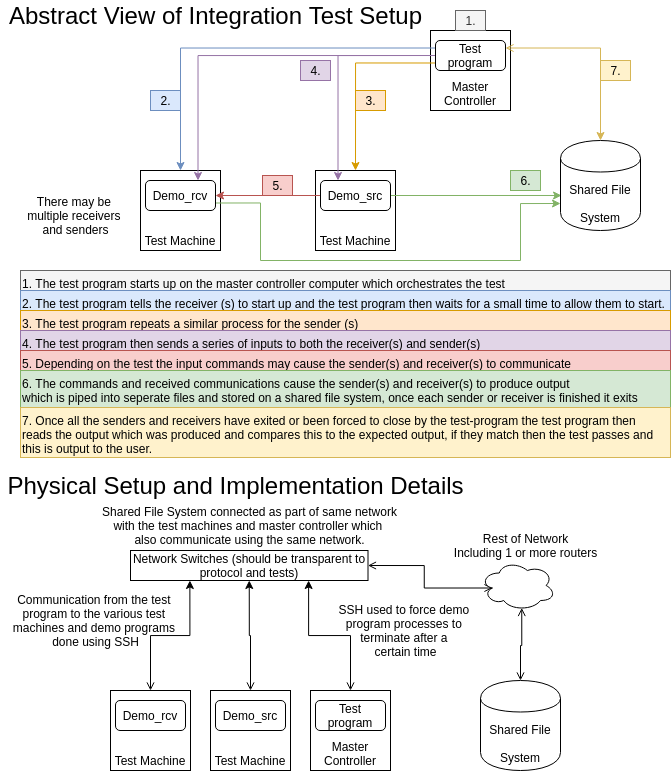
This is documentation/CS4099/Report/SH-Project-Intergration-Tests-Abstract-View.png from RustLight/sacn, a draw.io export, as it was before one commit. Source tidied: cells renumbered, new cells last; positions are measured from the earlier drawing's top-left corner, leaving out a move shared by most shapes.
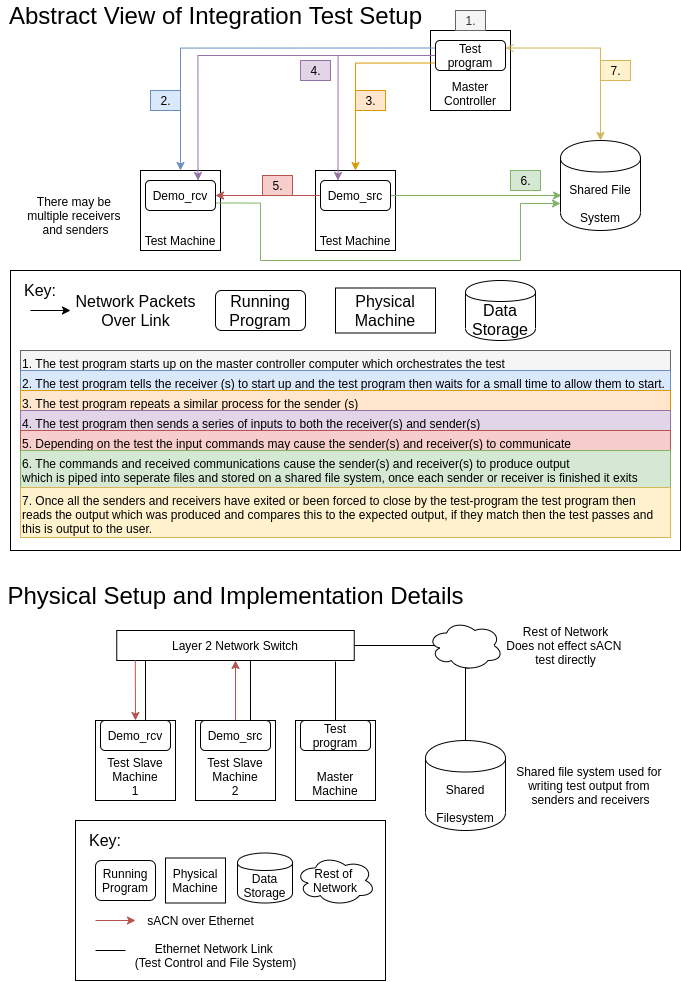
The same file after the commit.

Change to the diagram source:
```diff
@@ -4,7 +4,10 @@
     <mxCell id="1" parent="0" />
+    <mxCell id="52" style="rounded=0;whiteSpace=wrap;html=1;fontSize=16;" parent="1" vertex="1">
+      <mxGeometry x="10" y="120" width="670" height="280" as="geometry" />
+    </mxCell>
     <mxCell id="2" value="Test Machine" style="whiteSpace=wrap;html=1;verticalAlign=bottom;" parent="1" vertex="1">
-      <mxGeometry x="140" y="170" width="80" height="80" as="geometry" />
+      <mxGeometry x="140" y="20" width="80" height="80" as="geometry" />
     </mxCell>
     <mxCell id="3" value="Test Machine" style="whiteSpace=wrap;html=1;verticalAlign=bottom;" parent="1" vertex="1">
-      <mxGeometry x="315" y="170" width="80" height="80" as="geometry" />
+      <mxGeometry x="315" y="20" width="80" height="80" as="geometry" />
     </mxCell>
@@ -13,6 +16,6 @@
         <Array as="points">
-          <mxPoint x="260" y="203" />
-          <mxPoint x="260" y="260" />
-          <mxPoint x="520" y="260" />
-          <mxPoint x="520" y="203" />
+          <mxPoint x="260" y="53" />
+          <mxPoint x="260" y="110" />
+          <mxPoint x="520" y="110" />
+          <mxPoint x="520" y="53" />
         </Array>
@@ -21,3 +24,3 @@
     <mxCell id="5" value="Demo_rcv" style="rounded=1;whiteSpace=wrap;html=1;" parent="1" vertex="1">
-      <mxGeometry x="145" y="180" width="70" height="30" as="geometry" />
+      <mxGeometry x="145" y="30" width="70" height="30" as="geometry" />
     </mxCell>
@@ -30,6 +33,6 @@
     <mxCell id="8" value="Demo_src" style="rounded=1;whiteSpace=wrap;html=1;" parent="1" vertex="1">
-      <mxGeometry x="320" y="180" width="70" height="30" as="geometry" />
+      <mxGeometry x="320" y="30" width="70" height="30" as="geometry" />
     </mxCell>
     <mxCell id="9" value="Master Controller" style="whiteSpace=wrap;html=1;verticalAlign=bottom;" parent="1" vertex="1">
-      <mxGeometry x="430" y="30" width="80" height="80" as="geometry" />
+      <mxGeometry x="430" y="-120" width="80" height="80" as="geometry" />
     </mxCell>
@@ -40,3 +43,3 @@
       <mxGeometry relative="1" as="geometry">
-        <mxPoint x="180" y="170" as="targetPoint" />
+        <mxPoint x="180" y="20" as="targetPoint" />
       </mxGeometry>
@@ -53,112 +56,181 @@
     <mxCell id="15" value="Test program" style="rounded=1;whiteSpace=wrap;html=1;" parent="1" vertex="1">
-      <mxGeometry x="435" y="40" width="70" height="30" as="geometry" />
+      <mxGeometry x="435" y="-110" width="70" height="30" as="geometry" />
     </mxCell>
     <mxCell id="16" value="Abstract View of Integration Test Setup" style="text;html=1;align=center;verticalAlign=middle;fontSize=24;" parent="1" vertex="1">
-      <mxGeometry width="430" height="30" as="geometry" />
+      <mxGeometry y="-150" width="430" height="30" as="geometry" />
     </mxCell>
     <mxCell id="17" value="&lt;font style=&quot;font-size: 12px&quot;&gt;Shared File System&lt;/font&gt;" style="shape=cylinder;whiteSpace=wrap;html=1;boundedLbl=1;backgroundOutline=1;fontSize=24;" parent="1" vertex="1">
-      <mxGeometry x="560" y="140" width="80" height="90" as="geometry" />
+      <mxGeometry x="560" y="-10" width="80" height="90" as="geometry" />
     </mxCell>
     <mxCell id="18" value="1. The test program starts up on the master controller computer which orchestrates the test&lt;br&gt;" style="text;html=1;align=left;verticalAlign=top;fontSize=12;fillColor=#f5f5f5;strokeColor=#666666;fontColor=#000000;" parent="1" vertex="1">
-      <mxGeometry x="20" y="270" width="650" height="20" as="geometry" />
+      <mxGeometry x="20" y="200" width="650" height="20" as="geometry" />
     </mxCell>
     <mxCell id="19" value="1." style="text;html=1;align=center;verticalAlign=middle;fontSize=12;fillColor=#f5f5f5;strokeColor=#666666;fontColor=#333333;" parent="1" vertex="1">
-      <mxGeometry x="455" y="10" width="30" height="20" as="geometry" />
+      <mxGeometry x="455" y="-140" width="30" height="20" as="geometry" />
     </mxCell>
     <mxCell id="20" value="2." style="text;html=1;align=center;verticalAlign=middle;fontSize=12;fillColor=#dae8fc;strokeColor=#6c8ebf;" parent="1" vertex="1">
-      <mxGeometry x="150" y="90" width="30" height="20" as="geometry" />
+      <mxGeometry x="150" y="-60" width="30" height="20" as="geometry" />
     </mxCell>
     <mxCell id="21" value="3." style="text;html=1;align=center;verticalAlign=middle;fontSize=12;fillColor=#ffe6cc;strokeColor=#d79b00;" parent="1" vertex="1">
-      <mxGeometry x="355" y="90" width="30" height="20" as="geometry" />
+      <mxGeometry x="355" y="-60" width="30" height="20" as="geometry" />
     </mxCell>
     <mxCell id="22" value="&lt;span&gt;2. The test program tells the receiver (s) to start up and the test program then waits for a small time to allow them to start.&lt;/span&gt;&lt;br&gt;" style="text;html=1;align=left;verticalAlign=top;fontSize=12;fillColor=#dae8fc;strokeColor=#6c8ebf;" parent="1" vertex="1">
-      <mxGeometry x="20" y="290" width="650" height="20" as="geometry" />
+      <mxGeometry x="20" y="220" width="650" height="20" as="geometry" />
     </mxCell>
     <mxCell id="23" value="&lt;span style=&quot;&quot;&gt;3. The test program repeats a similar process for the sender (s)&lt;/span&gt;" style="text;html=1;align=left;verticalAlign=top;fontSize=12;fillColor=#ffe6cc;strokeColor=#d79b00;" parent="1" vertex="1">
-      <mxGeometry x="20" y="310" width="650" height="20" as="geometry" />
+      <mxGeometry x="20" y="240" width="650" height="20" as="geometry" />
     </mxCell>
     <mxCell id="24" value="&lt;span&gt;4. The test program then sends a series of inputs to both the receiver(s)&amp;nbsp;and sender(s)&lt;/span&gt;" style="text;html=1;align=left;verticalAlign=top;fontSize=12;fillColor=#e1d5e7;strokeColor=#9673a6;" parent="1" vertex="1">
-      <mxGeometry x="20" y="330" width="650" height="20" as="geometry" />
+      <mxGeometry x="20" y="260" width="650" height="20" as="geometry" />
     </mxCell>
     <mxCell id="25" value="4." style="text;html=1;align=center;verticalAlign=middle;fontSize=12;fillColor=#e1d5e7;strokeColor=#9673a6;" parent="1" vertex="1">
-      <mxGeometry x="300" y="60" width="30" height="20" as="geometry" />
+      <mxGeometry x="300" y="-90" width="30" height="20" as="geometry" />
     </mxCell>
     <mxCell id="26" value="5." style="text;html=1;align=center;verticalAlign=middle;fontSize=12;fillColor=#f8cecc;strokeColor=#b85450;" parent="1" vertex="1">
-      <mxGeometry x="262" y="175" width="30" height="20" as="geometry" />
+      <mxGeometry x="262" y="25" width="30" height="20" as="geometry" />
     </mxCell>
     <mxCell id="27" value="&lt;span&gt;5. Depending on the test the input commands may cause the sender(s) and receiver(s) to communicate&lt;br&gt;&lt;/span&gt;" style="text;html=1;align=left;verticalAlign=top;fontSize=12;fillColor=#f8cecc;strokeColor=#b85450;" parent="1" vertex="1">
-      <mxGeometry x="20" y="350" width="650" height="20" as="geometry" />
+      <mxGeometry x="20" y="280" width="650" height="20" as="geometry" />
     </mxCell>
     <mxCell id="28" value="&lt;span&gt;6. The commands and received communications cause the sender(s) and receiver(s) to produce output &lt;br&gt;which is piped into seperate files and stored on a shared file system, once each sender or receiver is finished it exits&lt;br&gt;&lt;br&gt;&lt;/span&gt;" style="text;html=1;align=left;verticalAlign=top;fontSize=12;fillColor=#d5e8d4;strokeColor=#82b366;" parent="1" vertex="1">
-      <mxGeometry x="20" y="370" width="650" height="37" as="geometry" />
+      <mxGeometry x="20" y="300" width="650" height="37" as="geometry" />
     </mxCell>
     <mxCell id="29" value="6." style="text;html=1;align=center;verticalAlign=middle;fontSize=12;fillColor=#d5e8d4;strokeColor=#82b366;" parent="1" vertex="1">
-      <mxGeometry x="510" y="170" width="30" height="20" as="geometry" />
+      <mxGeometry x="510" y="20" width="30" height="20" as="geometry" />
     </mxCell>
     <mxCell id="30" value="&lt;span&gt;7. Once all the senders and receivers have exited or been forced to close by the test-program the test program then&lt;br&gt;reads the output which was produced and compares this to the expected output, if they match then the test passes and &lt;br&gt;this is output to the user.&lt;br&gt;&lt;/span&gt;" style="text;html=1;align=left;verticalAlign=top;fontSize=12;fillColor=#fff2cc;strokeColor=#d6b656;" parent="1" vertex="1">
-      <mxGeometry x="20" y="407" width="650" height="50" as="geometry" />
+      <mxGeometry x="20" y="337" width="650" height="50" as="geometry" />
     </mxCell>
     <mxCell id="31" value="7." style="text;html=1;align=center;verticalAlign=middle;fontSize=12;fillColor=#fff2cc;strokeColor=#d6b656;" parent="1" vertex="1">
-      <mxGeometry x="600" y="60" width="30" height="20" as="geometry" />
+      <mxGeometry x="600" y="-90" width="30" height="20" as="geometry" />
     </mxCell>
     <mxCell id="32" value="Physical Setup and Implementation Details" style="text;html=1;align=center;verticalAlign=middle;fontSize=24;" parent="1" vertex="1">
-      <mxGeometry y="470" width="470" height="30" as="geometry" />
+      <mxGeometry y="430" width="470" height="30" as="geometry" />
     </mxCell>
-    <mxCell id="33" style="edgeStyle=orthogonalEdgeStyle;rounded=0;jettySize=auto;html=1;exitX=0.5;exitY=0;exitDx=0;exitDy=0;entryX=0.25;entryY=1;entryDx=0;entryDy=0;startArrow=open;startFill=0;fontSize=12;fontColor=#000000;" parent="1" edge="1" source="34" target="45">
-      <mxGeometry relative="1" as="geometry" />
-    </mxCell>
-    <mxCell id="34" value="Test Machine" style="whiteSpace=wrap;html=1;verticalAlign=bottom;" parent="1" vertex="1">
-      <mxGeometry x="110" y="690" width="80" height="80" as="geometry" />
+    <mxCell id="34" value="Test Slave Machine&lt;br&gt;1" style="whiteSpace=wrap;html=1;verticalAlign=bottom;" parent="1" vertex="1">
+      <mxGeometry x="95" y="570" width="80" height="80" as="geometry" />
     </mxCell>
-    <mxCell id="35" style="edgeStyle=orthogonalEdgeStyle;rounded=0;jettySize=auto;html=1;exitX=0.5;exitY=0;exitDx=0;exitDy=0;entryX=0.5;entryY=1;entryDx=0;entryDy=0;startArrow=open;startFill=0;fontSize=12;fontColor=#000000;" parent="1" edge="1" source="36" target="45">
-      <mxGeometry relative="1" as="geometry" />
-    </mxCell>
-    <mxCell id="36" value="Test Machine" style="whiteSpace=wrap;html=1;verticalAlign=bottom;" parent="1" vertex="1">
-      <mxGeometry x="210" y="690" width="80" height="80" as="geometry" />
+    <mxCell id="36" value="Test Slave Machine&lt;br&gt;2" style="whiteSpace=wrap;html=1;verticalAlign=bottom;" parent="1" vertex="1">
+      <mxGeometry x="195" y="570" width="80" height="80" as="geometry" />
     </mxCell>
     <mxCell id="37" value="Demo_rcv" style="rounded=1;whiteSpace=wrap;html=1;" parent="1" vertex="1">
-      <mxGeometry x="115" y="700" width="70" height="30" as="geometry" />
+      <mxGeometry x="100" y="570" width="70" height="30" as="geometry" />
     </mxCell>
+    <mxCell id="53" style="edgeStyle=orthogonalEdgeStyle;rounded=0;jettySize=auto;html=1;exitX=0.5;exitY=0;exitDx=0;exitDy=0;entryX=0.5;entryY=1;entryDx=0;entryDy=0;fontSize=16;fillColor=#f8cecc;strokeColor=#b85450;" parent="1" edge="1" source="38" target="45">
+      <mxGeometry relative="1" as="geometry" />
+    </mxCell>
     <mxCell id="38" value="Demo_src" style="rounded=1;whiteSpace=wrap;html=1;" parent="1" vertex="1">
-      <mxGeometry x="215" y="700" width="70" height="30" as="geometry" />
+      <mxGeometry x="200" y="570" width="70" height="30" as="geometry" />
     </mxCell>
-    <mxCell id="39" style="edgeStyle=orthogonalEdgeStyle;rounded=0;jettySize=auto;html=1;exitX=0.5;exitY=0;exitDx=0;exitDy=0;entryX=0.75;entryY=1;entryDx=0;entryDy=0;startArrow=open;startFill=0;fontSize=12;fontColor=#000000;" parent="1" edge="1" source="40" target="45">
-      <mxGeometry relative="1" as="geometry" />
-    </mxCell>
-    <mxCell id="40" value="Master Controller" style="whiteSpace=wrap;html=1;verticalAlign=bottom;" parent="1" vertex="1">
-      <mxGeometry x="310" y="690" width="80" height="80" as="geometry" />
+    <mxCell id="40" value="Master Machine&lt;br&gt;" style="whiteSpace=wrap;html=1;verticalAlign=bottom;" parent="1" vertex="1">
+      <mxGeometry x="295" y="570" width="80" height="80" as="geometry" />
     </mxCell>
+    <mxCell id="54" style="edgeStyle=orthogonalEdgeStyle;rounded=0;jettySize=auto;html=1;exitX=0.5;exitY=0;exitDx=0;exitDy=0;entryX=0.921;entryY=1.033;entryDx=0;entryDy=0;entryPerimeter=0;fontSize=16;endArrow=none;endFill=0;" parent="1" edge="1" source="41" target="45">
+      <mxGeometry relative="1" as="geometry" />
+    </mxCell>
     <mxCell id="41" value="Test program" style="rounded=1;whiteSpace=wrap;html=1;" parent="1" vertex="1">
-      <mxGeometry x="315" y="700" width="70" height="30" as="geometry" />
+      <mxGeometry x="300" y="570" width="70" height="30" as="geometry" />
     </mxCell>
-    <mxCell id="42" value="&lt;font style=&quot;font-size: 12px&quot;&gt;Shared File System&lt;/font&gt;" style="shape=cylinder;whiteSpace=wrap;html=1;boundedLbl=1;backgroundOutline=1;fontSize=24;" parent="1" vertex="1">
-      <mxGeometry x="480" y="680" width="80" height="90" as="geometry" />
+    <mxCell id="42" value="&lt;span style=&quot;font-size: 12px&quot;&gt;Shared Filesystem&lt;/span&gt;" style="shape=cylinder;whiteSpace=wrap;html=1;boundedLbl=1;backgroundOutline=1;fontSize=24;" parent="1" vertex="1">
+      <mxGeometry x="425" y="590" width="80" height="90" as="geometry" />
     </mxCell>
     <mxCell id="43" value="There may be &lt;br&gt;multiple receivers &lt;br&gt;and senders" style="text;html=1;align=center;verticalAlign=middle;fontSize=12;fontColor=#000000;" parent="1" vertex="1">
-      <mxGeometry x="20" y="190" width="110" height="50" as="geometry" />
+      <mxGeometry x="20" y="40" width="110" height="50" as="geometry" />
     </mxCell>
-    <mxCell id="44" style="edgeStyle=orthogonalEdgeStyle;rounded=0;jettySize=auto;html=1;exitX=1;exitY=0.5;exitDx=0;exitDy=0;entryX=0.16;entryY=0.55;entryDx=0;entryDy=0;entryPerimeter=0;startArrow=open;startFill=0;fontSize=12;fontColor=#000000;endArrow=open;endFill=0;" parent="1" edge="1" source="45" target="50">
-      <mxGeometry relative="1" as="geometry" />
+    <mxCell id="44" style="edgeStyle=orthogonalEdgeStyle;rounded=0;jettySize=auto;html=1;exitX=1;exitY=0.5;exitDx=0;exitDy=0;entryX=0.07;entryY=0.4;entryDx=0;entryDy=0;entryPerimeter=0;endArrow=none;endFill=0;fontSize=12;" parent="1" edge="1" source="45" target="50">
+      <mxGeometry relative="1" as="geometry">
+        <Array as="points">
+          <mxPoint x="480" y="495" />
+          <mxPoint x="480" y="490" />
+        </Array>
+      </mxGeometry>
     </mxCell>
-    <mxCell id="45" value="Network Switches (should be transparent to protocol and tests)" style="rounded=0;whiteSpace=wrap;html=1;fontSize=12;fontColor=#000000;align=center;" parent="1" vertex="1">
-      <mxGeometry x="130" y="550" width="237.5" height="30" as="geometry" />
+    <mxCell id="45" value="Layer 2 Network Switch" style="rounded=0;whiteSpace=wrap;html=1;fontSize=12;fontColor=#000000;align=center;" parent="1" vertex="1">
+      <mxGeometry x="116.2" y="480" width="237.5" height="30" as="geometry" />
     </mxCell>
-    <mxCell id="46" value="Communication from the test &lt;br&gt;program to the various test &lt;br&gt;machines and demo&amp;nbsp;programs &lt;br&gt;done using SSH" style="text;html=1;align=center;verticalAlign=middle;fontSize=12;fontColor=#000000;" parent="1" vertex="1">
-      <mxGeometry x="5" y="590" width="180" height="60" as="geometry" />
-    </mxCell>
-    <mxCell id="47" value="Shared File System connected as part of same network&lt;br&gt;with the test machines and master controller which &lt;br&gt;also communicate using the same network." style="text;html=1;align=center;verticalAlign=middle;fontSize=12;fontColor=#000000;" parent="1" vertex="1">
-      <mxGeometry x="93.8" y="500" width="310" height="50" as="geometry" />
+    <mxCell id="47" value="Shared file system used for &lt;br&gt;writing test output from &lt;br&gt;senders and receivers" style="text;html=1;align=center;verticalAlign=middle;fontSize=12;fontColor=#000000;" parent="1" vertex="1">
+      <mxGeometry x="510" y="610" width="160" height="50" as="geometry" />
     </mxCell>
-    <mxCell id="48" value="SSH used to force demo &lt;br&gt;program processes to &lt;br&gt;terminate after a &lt;br&gt;certain time" style="text;html=1;align=center;verticalAlign=middle;fontSize=12;fontColor=#000000;" parent="1" vertex="1">
-      <mxGeometry x="330" y="600" width="150" height="60" as="geometry" />
-    </mxCell>
-    <mxCell id="49" style="edgeStyle=orthogonalEdgeStyle;rounded=0;jettySize=auto;html=1;exitX=0.55;exitY=0.95;exitDx=0;exitDy=0;exitPerimeter=0;entryX=0.5;entryY=0;entryDx=0;entryDy=0;startArrow=open;startFill=0;fontSize=12;fontColor=#000000;endArrow=open;endFill=0;" parent="1" edge="1" source="50" target="42">
-      <mxGeometry relative="1" as="geometry" />
+    <mxCell id="49" style="edgeStyle=orthogonalEdgeStyle;rounded=0;jettySize=auto;html=1;exitX=0.55;exitY=0.95;exitDx=0;exitDy=0;exitPerimeter=0;entryX=0.5;entryY=0;entryDx=0;entryDy=0;endArrow=none;endFill=0;fontSize=12;" parent="1" edge="1" source="50" target="42">
+      <mxGeometry relative="1" as="geometry">
+        <Array as="points">
+          <mxPoint x="465" y="518" />
+        </Array>
+      </mxGeometry>
     </mxCell>
     <mxCell id="50" style="ellipse;shape=cloud;whiteSpace=wrap;html=1;fontSize=12;fontColor=#000000;align=left;" parent="1" vertex="1">
-      <mxGeometry x="480" y="560" width="75" height="50" as="geometry" />
+      <mxGeometry x="427.5" y="470" width="75" height="50" as="geometry" />
     </mxCell>
-    <mxCell id="51" value="Rest of Network&lt;br&gt;Including 1 or more routers" style="text;html=1;align=center;verticalAlign=middle;fontSize=12;fontColor=#000000;" parent="1" vertex="1">
-      <mxGeometry x="445" y="530" width="160" height="30" as="geometry" />
+    <mxCell id="51" value="Rest of Network&lt;br&gt;Does not effect sACN &lt;br&gt;test directly" style="text;html=1;align=center;verticalAlign=middle;fontSize=12;fontColor=#000000;" parent="1" vertex="1">
+      <mxGeometry x="500" y="470" width="130" height="50" as="geometry" />
     </mxCell>
+    <mxCell id="55" value="Key:" style="text;html=1;strokeColor=none;fillColor=none;align=center;verticalAlign=middle;whiteSpace=wrap;rounded=0;fontSize=16;" parent="1" vertex="1">
+      <mxGeometry x="20" y="130" width="40" height="20" as="geometry" />
+    </mxCell>
+    <mxCell id="56" style="endArrow=classic;html=1;fontSize=16;" parent="1" edge="1">
+      <mxGeometry relative="1" as="geometry">
+        <mxPoint x="30" y="160" as="sourcePoint" />
+        <mxPoint x="70" y="160" as="targetPoint" />
+      </mxGeometry>
+    </mxCell>
+    <mxCell id="57" value="Network Packets&lt;br&gt;Over Link" style="text;html=1;align=center;verticalAlign=middle;fontSize=16;" parent="1" vertex="1">
+      <mxGeometry x="65" y="140" width="140" height="40" as="geometry" />
+    </mxCell>
+    <mxCell id="58" value="Running Program" style="rounded=1;whiteSpace=wrap;html=1;fontSize=16;" parent="1" vertex="1">
+      <mxGeometry x="215" y="140" width="90" height="40" as="geometry" />
+    </mxCell>
+    <mxCell id="59" value="Physical Machine" style="rounded=0;whiteSpace=wrap;html=1;fontSize=16;" parent="1" vertex="1">
+      <mxGeometry x="335" y="137.5" width="100" height="45" as="geometry" />
+    </mxCell>
+    <mxCell id="60" value="Data&lt;br&gt;Storage" style="shape=cylinder;whiteSpace=wrap;html=1;boundedLbl=1;backgroundOutline=1;fontSize=16;" parent="1" vertex="1">
+      <mxGeometry x="465" y="130" width="70" height="60" as="geometry" />
+    </mxCell>
+    <mxCell id="61" style="rounded=0;whiteSpace=wrap;html=1;fontSize=16;" parent="1" vertex="1">
+      <mxGeometry x="75" y="670" width="310" height="160" as="geometry" />
+    </mxCell>
+    <mxCell id="62" value="Key:" style="text;html=1;strokeColor=none;fillColor=none;align=center;verticalAlign=middle;whiteSpace=wrap;rounded=0;fontSize=16;" parent="1" vertex="1">
+      <mxGeometry x="85" y="680" width="40" height="20" as="geometry" />
+    </mxCell>
+    <mxCell id="63" style="endArrow=classic;html=1;fontSize=16;fillColor=#f8cecc;strokeColor=#b85450;" parent="1" edge="1">
+      <mxGeometry relative="1" as="geometry">
+        <mxPoint x="95" y="770" as="sourcePoint" />
+        <mxPoint x="135" y="770" as="targetPoint" />
+      </mxGeometry>
+    </mxCell>
+    <mxCell id="64" value="sACN over Ethernet" style="text;html=1;align=center;verticalAlign=middle;fontSize=12;" parent="1" vertex="1">
+      <mxGeometry x="140" y="760" width="120" height="20" as="geometry" />
+    </mxCell>
+    <mxCell id="65" value="Running Program" style="rounded=1;whiteSpace=wrap;html=1;fontSize=12;" parent="1" vertex="1">
+      <mxGeometry x="95" y="710" width="60" height="40" as="geometry" />
+    </mxCell>
+    <mxCell id="66" value="Physical Machine" style="rounded=0;whiteSpace=wrap;html=1;fontSize=12;" parent="1" vertex="1">
+      <mxGeometry x="165" y="707.5" width="60" height="45" as="geometry" />
+    </mxCell>
+    <mxCell id="67" value="Data&lt;br style=&quot;font-size: 12px;&quot;&gt;Storage" style="shape=cylinder;whiteSpace=wrap;html=1;boundedLbl=1;backgroundOutline=1;fontSize=12;" parent="1" vertex="1">
+      <mxGeometry x="237" y="702.5" width="55" height="50" as="geometry" />
+    </mxCell>
+    <mxCell id="68" value="Rest of &lt;br style=&quot;font-size: 12px;&quot;&gt;Network" style="ellipse;shape=cloud;whiteSpace=wrap;html=1;fontSize=12;" parent="1" vertex="1">
+      <mxGeometry x="295" y="705" width="80" height="50" as="geometry" />
+    </mxCell>
+    <mxCell id="69" style="endArrow=classic;html=1;fontSize=16;entryX=0.5;entryY=0;entryDx=0;entryDy=0;exitX=0.078;exitY=1;exitDx=0;exitDy=0;exitPerimeter=0;fillColor=#f8cecc;strokeColor=#b85450;" parent="1" edge="1" source="45" target="37">
+      <mxGeometry relative="1" as="geometry" />
+    </mxCell>
+    <mxCell id="70" style="endArrow=none;html=1;fontSize=12;" parent="1" edge="1">
+      <mxGeometry relative="1" as="geometry">
+        <mxPoint x="95" y="800" as="sourcePoint" />
+        <mxPoint x="125" y="800" as="targetPoint" />
+      </mxGeometry>
+    </mxCell>
+    <mxCell id="71" value="Ethernet Network Link &lt;br&gt;(Test Control and File System)" style="text;html=1;align=center;verticalAlign=middle;fontSize=12;" parent="1" vertex="1">
+      <mxGeometry x="125" y="790" width="180" height="30" as="geometry" />
+    </mxCell>
+    <mxCell id="72" style="endArrow=none;html=1;fontSize=12;exitX=0.714;exitY=0;exitDx=0;exitDy=0;exitPerimeter=0;entryX=0.563;entryY=0.987;entryDx=0;entryDy=0;entryPerimeter=0;" parent="1" edge="1" source="38" target="45">
+      <mxGeometry relative="1" as="geometry" />
+    </mxCell>
+    <mxCell id="73" style="endArrow=none;html=1;fontSize=12;exitX=0.714;exitY=0;exitDx=0;exitDy=0;exitPerimeter=0;entryX=0.563;entryY=0.987;entryDx=0;entryDy=0;entryPerimeter=0;" parent="1" edge="1">
+      <mxGeometry relative="1" as="geometry">
+        <mxPoint x="145" y="570.4" as="sourcePoint" />
+        <mxPoint x="145" y="510" as="targetPoint" />
+      </mxGeometry>
+    </mxCell>
   </root>
```
